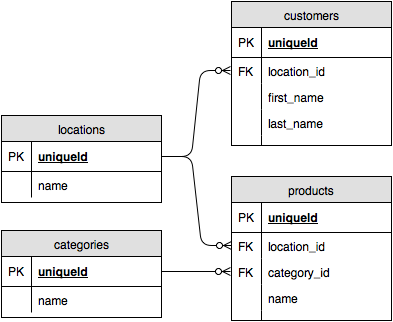
This is docs/customerproducts_erd.png from amadeoas/spring-customerproducts, a draw.io export, as it was before one commit. Source tidied: cells renumbered, new cells last; positions are measured from the earlier drawing's top-left corner, leaving out a move shared by most shapes.
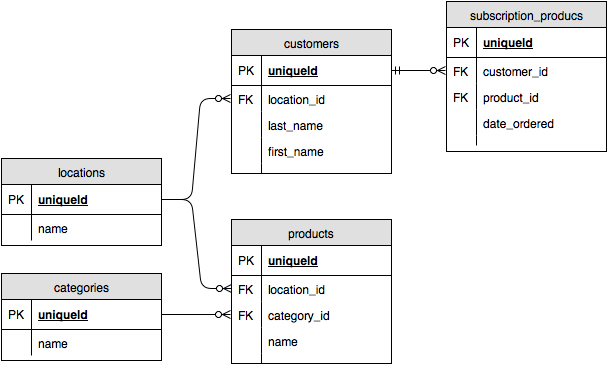
After the change.

The edit, as a diff of the source:
```diff
@@ -3,7 +3,7 @@
     <mxCell id="0" />
     <mxCell id="1" parent="0" />
     <mxCell id="2" value="customers" style="swimlane;html=1;fontStyle=0;horizontal=1;startSize=26;fillColor=#e0e0e0;swimlaneFillColor=#ffffff;align=center;" parent="1" vertex="1">
-      <mxGeometry x="230" width="160" height="144" as="geometry" />
+      <mxGeometry x="230" y="-15" width="160" height="144" as="geometry" />
     </mxCell>
     <mxCell id="3" value="uniqueId" style="shape=partialRectangle;top=0;left=0;right=0;bottom=1;html=1;align=left;verticalAlign=middle;fillColor=none;spacingLeft=34;spacingRight=4;whiteSpace=wrap;overflow=hidden;points=[[0,0.5],[1,0.5]];portConstraint=eastwest;fontStyle=5;" parent="2" vertex="1">
       <mxGeometry y="26" width="160" height="30" as="geometry" />
@@ -17,18 +17,18 @@
     <mxCell id="6" value="FK" style="shape=partialRectangle;top=0;left=0;bottom=0;html=1;fillColor=none;align=left;verticalAlign=top;spacingLeft=4;spacingRight=4;whiteSpace=wrap;overflow=hidden;" parent="5" vertex="1">
       <mxGeometry width="30" height="26" as="geometry" />
     </mxCell>
+    <mxCell id="9" value="last_name" style="shape=partialRectangle;top=0;left=0;right=0;bottom=0;html=1;align=left;verticalAlign=top;fillColor=none;spacingLeft=34;spacingRight=4;whiteSpace=wrap;overflow=hidden;" parent="2" vertex="1">
+      <mxGeometry y="82" width="160" height="26" as="geometry" />
+    </mxCell>
+    <mxCell id="10" style="shape=partialRectangle;top=0;left=0;bottom=0;html=1;fillColor=none;align=left;verticalAlign=top;spacingLeft=4;spacingRight=4;whiteSpace=wrap;overflow=hidden;" parent="9" vertex="1">
+      <mxGeometry width="30" height="26" as="geometry" />
+    </mxCell>
     <mxCell id="7" value="first_name" style="shape=partialRectangle;top=0;left=0;right=0;bottom=0;html=1;align=left;verticalAlign=top;fillColor=none;spacingLeft=34;spacingRight=4;whiteSpace=wrap;overflow=hidden;" parent="2" vertex="1">
-      <mxGeometry y="82" width="160" height="26" as="geometry" />
+      <mxGeometry y="108" width="160" height="26" as="geometry" />
     </mxCell>
     <mxCell id="8" style="shape=partialRectangle;top=0;left=0;bottom=0;html=1;fillColor=none;align=left;verticalAlign=top;spacingLeft=4;spacingRight=4;whiteSpace=wrap;overflow=hidden;" parent="7" vertex="1">
       <mxGeometry width="30" height="26" as="geometry" />
     </mxCell>
-    <mxCell id="9" value="last_name" style="shape=partialRectangle;top=0;left=0;right=0;bottom=0;html=1;align=left;verticalAlign=top;fillColor=none;spacingLeft=34;spacingRight=4;whiteSpace=wrap;overflow=hidden;" parent="2" vertex="1">
-      <mxGeometry y="108" width="160" height="26" as="geometry" />
-    </mxCell>
-    <mxCell id="10" style="shape=partialRectangle;top=0;left=0;bottom=0;html=1;fillColor=none;align=left;verticalAlign=top;spacingLeft=4;spacingRight=4;whiteSpace=wrap;overflow=hidden;" parent="9" vertex="1">
-      <mxGeometry width="30" height="26" as="geometry" />
-    </mxCell>
     <mxCell id="11" style="shape=partialRectangle;top=0;left=0;right=0;bottom=0;html=1;align=left;verticalAlign=top;fillColor=none;spacingLeft=34;spacingRight=4;whiteSpace=wrap;overflow=hidden;" parent="2" vertex="1">
       <mxGeometry y="134" width="160" height="10" as="geometry" />
     </mxCell>
@@ -102,10 +102,46 @@
       <mxGeometry relative="1" as="geometry" />
     </mxCell>
     <mxCell id="35" style="edgeStyle=entityRelationEdgeStyle;html=1;endArrow=ERzeroToMany;endFill=1;entryX=0;entryY=0.5;exitX=1;exitY=0.5;" parent="1" edge="1" source="14" target="26">
-      <mxGeometry x="440" y="140" as="geometry" />
+      <mxGeometry x="240" y="168" as="geometry" />
     </mxCell>
     <mxCell id="36" style="edgeStyle=entityRelationEdgeStyle;html=1;endArrow=ERzeroToMany;endFill=1;entryX=0;entryY=0.5;exitX=1;exitY=0.5;" parent="1" edge="1" source="19" target="28">
-      <mxGeometry x="450" y="150" as="geometry" />
+      <mxGeometry x="250" y="178" as="geometry" />
     </mxCell>
+    <mxCell id="37" value="subscription_producs" style="swimlane;html=1;fontStyle=0;horizontal=1;startSize=26;fillColor=#e0e0e0;swimlaneFillColor=#ffffff;align=center;" parent="1" vertex="1">
+      <mxGeometry x="445" y="-43" width="160" height="150" as="geometry" />
+    </mxCell>
+    <mxCell id="38" value="uniqueId" style="shape=partialRectangle;top=0;left=0;right=0;bottom=1;html=1;align=left;verticalAlign=middle;fillColor=none;spacingLeft=34;spacingRight=4;whiteSpace=wrap;overflow=hidden;fontStyle=5;" parent="37" vertex="1">
+      <mxGeometry y="26" width="160" height="30" as="geometry" />
+    </mxCell>
+    <mxCell id="39" value="PK" style="shape=partialRectangle;top=0;left=0;bottom=0;html=1;fillColor=none;align=left;verticalAlign=middle;spacingLeft=4;spacingRight=4;whiteSpace=wrap;overflow=hidden;" parent="38" vertex="1">
+      <mxGeometry width="30" height="30" as="geometry" />
+    </mxCell>
+    <mxCell id="40" value="customer_id" style="shape=partialRectangle;top=0;left=0;right=0;bottom=0;html=1;align=left;verticalAlign=top;fillColor=none;spacingLeft=34;spacingRight=4;whiteSpace=wrap;overflow=hidden;points=[[0,0.5],[1,0.5]];portConstraint=eastwest;perimeterSpacing=1;" parent="37" vertex="1">
+      <mxGeometry y="56" width="160" height="26" as="geometry" />
+    </mxCell>
+    <mxCell id="41" value="FK" style="shape=partialRectangle;top=0;left=0;bottom=0;html=1;fillColor=none;align=left;verticalAlign=top;spacingLeft=4;spacingRight=4;whiteSpace=wrap;overflow=hidden;" parent="40" vertex="1">
+      <mxGeometry width="30" height="26" as="geometry" />
+    </mxCell>
+    <mxCell id="42" value="product_id" style="shape=partialRectangle;top=0;left=0;right=0;bottom=0;html=1;align=left;verticalAlign=top;fillColor=none;spacingLeft=34;spacingRight=4;whiteSpace=wrap;overflow=hidden;" parent="37" vertex="1">
+      <mxGeometry y="82" width="160" height="26" as="geometry" />
+    </mxCell>
+    <mxCell id="43" value="FK" style="shape=partialRectangle;top=0;left=0;bottom=0;html=1;fillColor=none;align=left;verticalAlign=top;spacingLeft=4;spacingRight=4;whiteSpace=wrap;overflow=hidden;" parent="42" vertex="1">
+      <mxGeometry width="30" height="26" as="geometry" />
+    </mxCell>
+    <mxCell id="44" value="date_ordered" style="shape=partialRectangle;top=0;left=0;right=0;bottom=0;html=1;align=left;verticalAlign=top;fillColor=none;spacingLeft=34;spacingRight=4;whiteSpace=wrap;overflow=hidden;" parent="37" vertex="1">
+      <mxGeometry y="108" width="160" height="26" as="geometry" />
+    </mxCell>
+    <mxCell id="45" style="shape=partialRectangle;top=0;left=0;bottom=0;html=1;fillColor=none;align=left;verticalAlign=top;spacingLeft=4;spacingRight=4;whiteSpace=wrap;overflow=hidden;" parent="44" vertex="1">
+      <mxGeometry width="30" height="26" as="geometry" />
+    </mxCell>
+    <mxCell id="46" style="shape=partialRectangle;top=0;left=0;right=0;bottom=0;html=1;align=left;verticalAlign=top;fillColor=none;spacingLeft=34;spacingRight=4;whiteSpace=wrap;overflow=hidden;" parent="37" vertex="1">
+      <mxGeometry y="134" width="160" height="10" as="geometry" />
+    </mxCell>
+    <mxCell id="47" style="shape=partialRectangle;top=0;left=0;bottom=0;html=1;fillColor=none;align=left;verticalAlign=top;spacingLeft=4;spacingRight=4;whiteSpace=wrap;overflow=hidden;" parent="46" vertex="1">
+      <mxGeometry width="30" height="10" as="geometry" />
+    </mxCell>
+    <mxCell id="48" style="edgeStyle=entityRelationEdgeStyle;html=1;endArrow=ERzeroToMany;startArrow=ERmandOne;shadow=0;strokeWidth=1;entryX=0;entryY=0.5;exitX=1;exitY=0.5;" parent="1" edge="1" source="3" target="40">
+      <mxGeometry relative="1" as="geometry" />
+    </mxCell>
   </root>
 </mxGraphModel>
```
